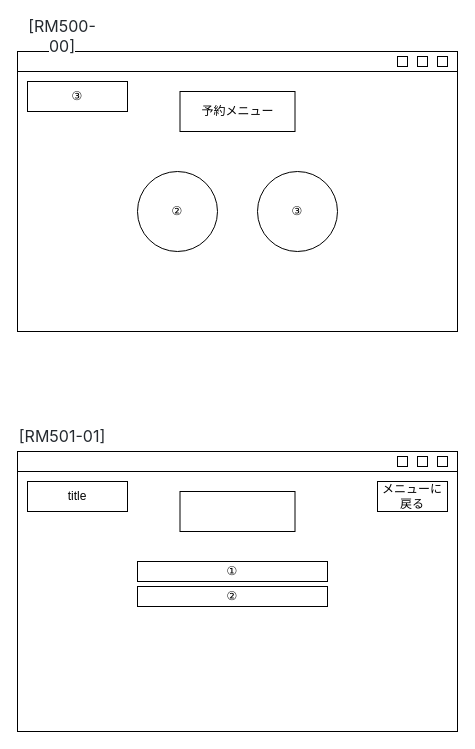
Above: Documents/20_外部設計/22_画面レイアウト設計/画面レイアウト設計書/drawio/RM.dwaio.drawio in charlie24403/Librarians (draw.io), before the change. Source tidied: cells renumbered, new cells numbered last; positions are measured from the earlier drawing's top-left corner, leaving out a move shared by most shapes. Both pictures are drawn from the tidied source at 100%, with x=0, y=0 at pixel (17, 21).
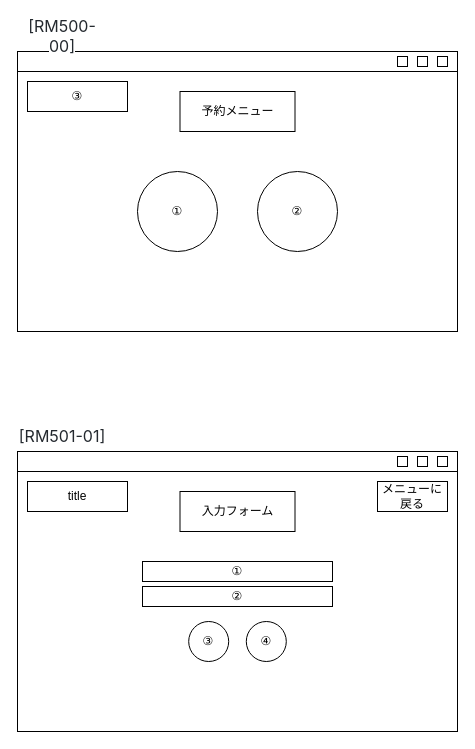
The same page after the edit.

Diff of the diagram source:
```diff
@@
-    <mxCell id="8" value="②" style="ellipse;whiteSpace=wrap;html=1;" parent="1" vertex="1">
+    <mxCell id="8" value="①" style="ellipse;whiteSpace=wrap;html=1;" parent="1" vertex="1">
       <mxGeometry x="120" y="150" width="80" height="80" as="geometry" />
     </mxCell>
-    <mxCell id="9" value="③" style="ellipse;whiteSpace=wrap;html=1;" parent="1" vertex="1">
+    <mxCell id="9" value="②" style="ellipse;whiteSpace=wrap;html=1;" parent="1" vertex="1">
       <mxGeometry x="240" y="150" width="80" height="80" as="geometry" />
     </mxCell>
@@
-    <mxCell id="18" style="rounded=0;whiteSpace=wrap;html=1;" parent="1" vertex="1">
+    <mxCell id="18" value="入力フォーム" style="rounded=0;whiteSpace=wrap;html=1;" parent="1" vertex="1">
       <mxGeometry x="162.5" y="470" width="115" height="40" as="geometry" />
     </mxCell>
@@
     <mxCell id="21" value="①" style="rounded=0;whiteSpace=wrap;html=1;" parent="1" vertex="1">
-      <mxGeometry x="120" y="540" width="190" height="20" as="geometry" />
+      <mxGeometry x="125" y="540" width="190" height="20" as="geometry" />
     </mxCell>
     <mxCell id="22" value="②" style="rounded=0;whiteSpace=wrap;html=1;" parent="1" vertex="1">
-      <mxGeometry x="120" y="565" width="190" height="20" as="geometry" />
+      <mxGeometry x="125" y="565" width="190" height="20" as="geometry" />
     </mxCell>
+    <mxCell id="23" value="③" style="ellipse;whiteSpace=wrap;html=1;" parent="1" vertex="1">
+      <mxGeometry x="171.2" y="600" width="40" height="40" as="geometry" />
+    </mxCell>
+    <mxCell id="24" value="④" style="ellipse;whiteSpace=wrap;html=1;" parent="1" vertex="1">
+      <mxGeometry x="228.8" y="600" width="40" height="40" as="geometry" />
+    </mxCell>
```
